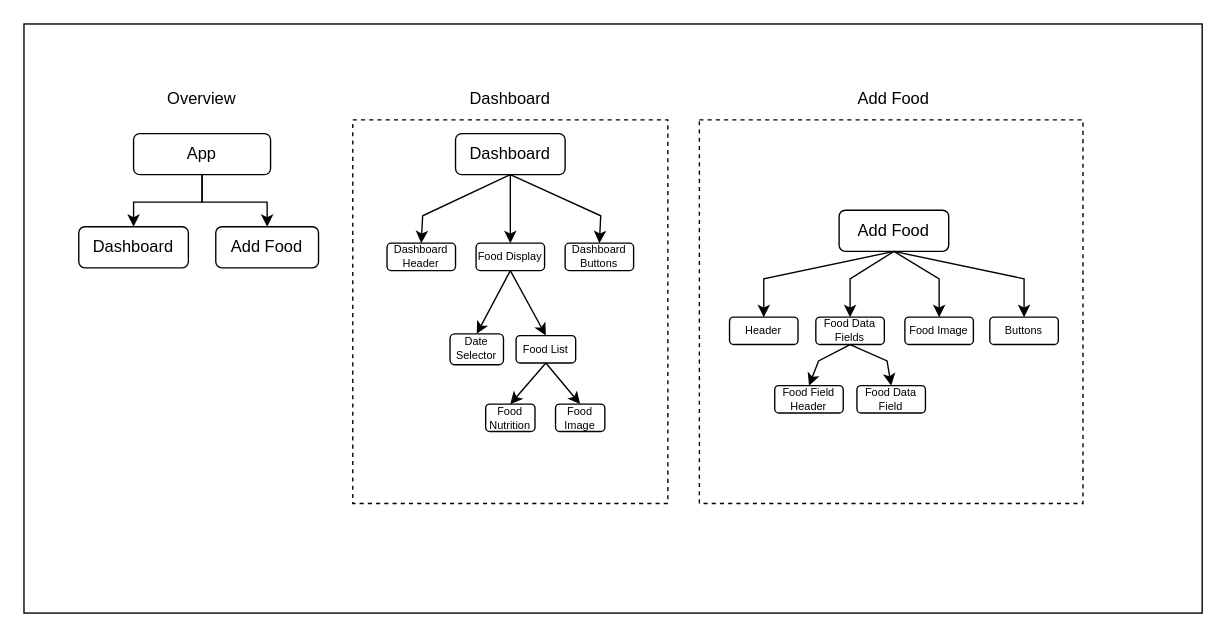
The draw.io diagram Diagrams/v1.0/Component Hierarchy Diagram.drawio in jonechong/calories-cv, before the edit. Source tidied: cells renumbered, new cells numbered last; positions are measured from the earlier drawing's top-left corner, leaving out a move shared by most shapes. Both pictures are drawn from the tidied source at 137%, with x=0, y=0 at pixel (23, 23).
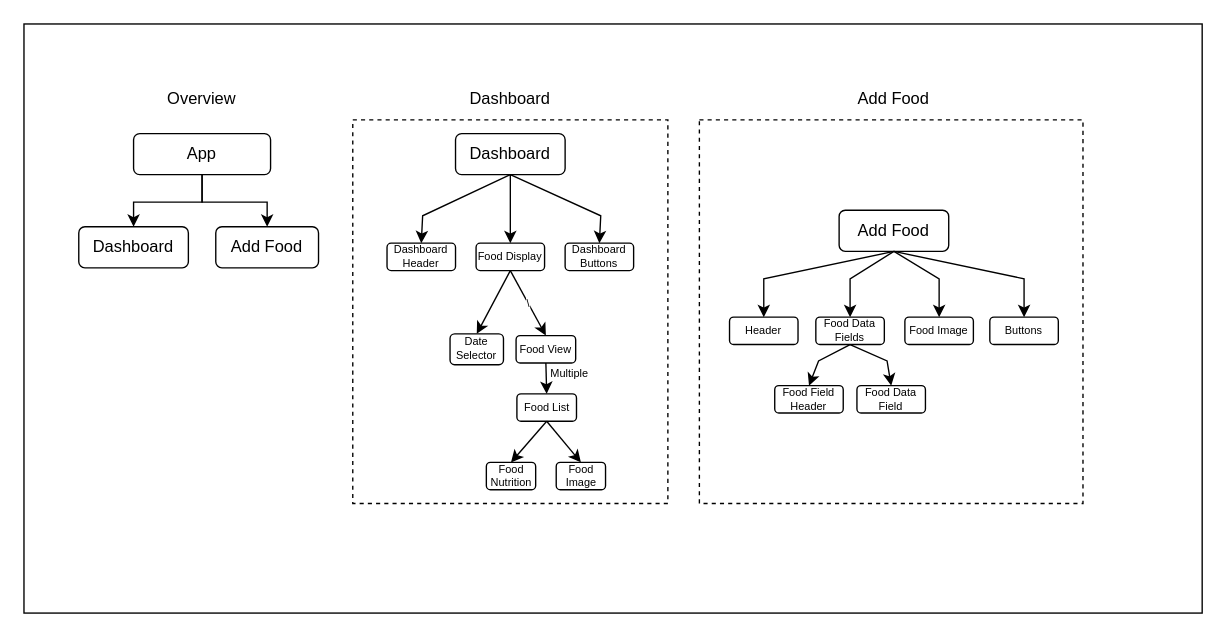
After the change.

Commit message (it also covers changes not shown here):
Updated Component Hierarchy Diagram

The change refers to these unchanged cells:
```xml
<mxCell id="16" value="&lt;font style=&quot;font-size: 8px;&quot;&gt;Food Display&lt;/font&gt;" style="rounded=1;whiteSpace=wrap;html=1;fontSize=8;" parent="1" vertex="1">
  <mxGeometry x="330" y="160" width="50" height="20" as="geometry" />
</mxCell>
```

Change to the diagram source:
```diff
@@
-    <mxCell id="21" style="endArrow=classic;html=1;rounded=0;exitX=0.5;exitY=1;exitDx=0;exitDy=0;entryX=0.5;entryY=0;entryDx=0;entryDy=0;fontSize=8;" parent="1" edge="1" source="16" target="24">
+    <mxCell id="21" value="\" style="endArrow=classic;html=1;rounded=0;exitX=0.5;exitY=1;exitDx=0;exitDy=0;fontSize=8;entryX=0.5;entryY=0;entryDx=0;entryDy=0;" parent="1" edge="1" source="16" target="41">
       <mxGeometry relative="1" as="geometry" />
     </mxCell>
@@
     <mxCell id="24" value="&lt;font style=&quot;font-size: 8px;&quot;&gt;Food List&lt;/font&gt;" style="rounded=1;whiteSpace=wrap;html=1;fontSize=8;" parent="1" vertex="1">
-      <mxGeometry x="359.2" y="227.5" width="43.5" height="20" as="geometry" />
+      <mxGeometry x="359.8" y="270" width="43.5" height="20" as="geometry" />
     </mxCell>
     <mxCell id="25" value="Food Nutrition" style="rounded=1;whiteSpace=wrap;html=1;fontSize=8;spacing=1;" parent="1" vertex="1">
-      <mxGeometry x="337" y="277.5" width="36" height="20" as="geometry" />
+      <mxGeometry x="337.5" y="320" width="36" height="20" as="geometry" />
     </mxCell>
     <mxCell id="26" value="Food Image" style="rounded=1;whiteSpace=wrap;html=1;fontSize=8;spacing=1;" parent="1" vertex="1">
-      <mxGeometry x="388" y="277.5" width="36" height="20" as="geometry" />
+      <mxGeometry x="388.5" y="320" width="36" height="20" as="geometry" />
     </mxCell>
@@
+    <mxCell id="41" value="&lt;font style=&quot;font-size: 8px;&quot;&gt;Food View&lt;/font&gt;" style="rounded=1;whiteSpace=wrap;html=1;fontSize=8;" parent="1" vertex="1">
+      <mxGeometry x="359.2" y="227.5" width="43.5" height="20" as="geometry" />
+    </mxCell>
+    <mxCell id="42" style="endArrow=classic;html=1;rounded=0;exitX=0.5;exitY=1;exitDx=0;exitDy=0;entryX=0.5;entryY=0;entryDx=0;entryDy=0;" parent="1" edge="1" source="41" target="24">
+      <mxGeometry relative="1" as="geometry" />
+    </mxCell>
+    <mxCell id="43" value="&lt;font style=&quot;font-size: 8px;&quot;&gt;Multiple&lt;/font&gt;" style="text;html=1;strokeColor=none;fillColor=none;align=center;verticalAlign=middle;whiteSpace=wrap;rounded=0;" parent="1" vertex="1">
+      <mxGeometry x="380" y="248.8" width="36.5" height="10" as="geometry" />
+    </mxCell>
```
